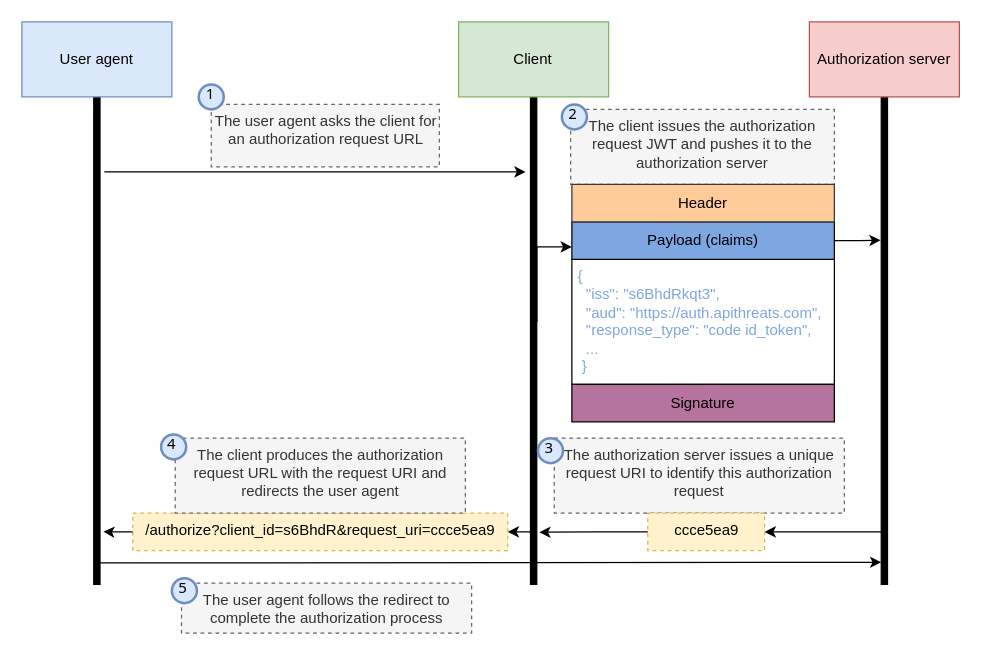
Earlier version of the draw.io diagram page "10.14" (14 of 15) of ch10.drawio (abunuwas/api-sec-book-imgs). Source tidied: cells renumbered, new cells numbered last; positions are measured from the earlier drawing's top-left corner, leaving out a move shared by most shapes. Both pictures are drawn from the tidied source at 125%, with x=0, y=0 at pixel (21, 21).
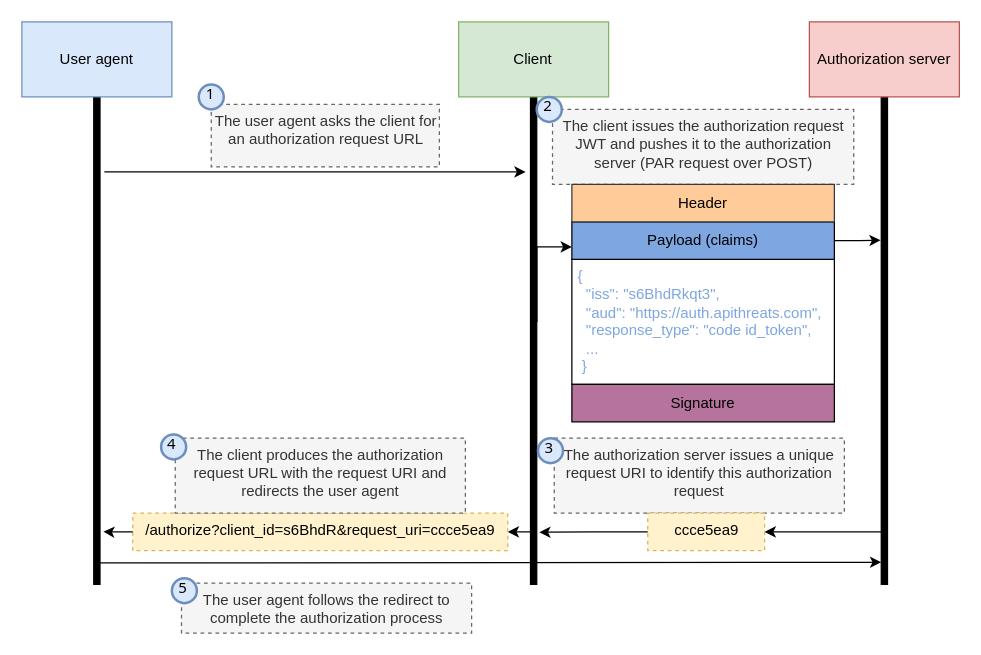
The same diagram, later.

Change to the diagram source:
```diff
@@
-    <mxCell id="15" value="The client issues the authorization request JWT and pushes it to the authorization server" style="text;whiteSpace=wrap;html=1;spacing=2;strokeColor=#666666;dashed=1;fillColor=#f5f5f5;align=center;fontColor=#333333;" parent="1" vertex="1">
-      <mxGeometry x="439" y="70" width="211" height="60" as="geometry" />
+    <mxCell id="15" value="The client issues the authorization request JWT and pushes it to the authorization server (PAR request over POST)" style="text;whiteSpace=wrap;html=1;spacing=2;strokeColor=#666666;dashed=1;fillColor=#f5f5f5;align=center;fontColor=#333333;" parent="1" vertex="1">
+      <mxGeometry x="424.5" y="70" width="241" height="60" as="geometry" />
     </mxCell>
@@
     <mxCell id="20" value="2" style="ellipse;whiteSpace=wrap;html=1;strokeWidth=2;fontFamily=Tahoma;spacingBottom=4;spacingRight=2;strokeColor=#6c8ebf;fillColor=#dae8fc;" parent="1" vertex="1">
-      <mxGeometry x="432" y="66" width="20" height="20" as="geometry" />
+      <mxGeometry x="411.9" y="60" width="20" height="20" as="geometry" />
     </mxCell>
```
